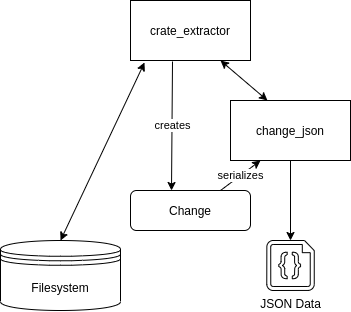
use-ink/ink-playground keeps this draw.io diagram as architecture2.png. Above is the earlier version. Source tidied: cells renumbered, new cells last; positions are measured from the earlier drawing's top-left corner, leaving out a move shared by most shapes.
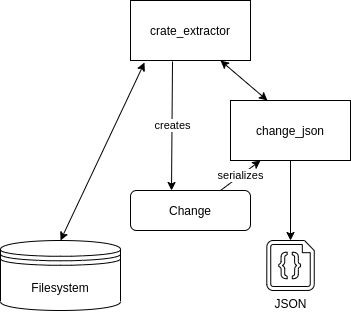
Later version of the same file.

Change to the diagram source:
```diff
@@ -17,7 +17,7 @@
     <mxCell id="6" style="endArrow=classic;startArrow=classic;html=1;exitX=0.5;exitY=0;exitDx=0;exitDy=0;entryX=0.117;entryY=1.033;entryDx=0;entryDy=0;entryPerimeter=0;" parent="1" edge="1" source="4" target="3">
       <mxGeometry relative="1" as="geometry" />
     </mxCell>
-    <mxCell id="7" value="JSON Data" style="verticalLabelPosition=bottom;html=1;verticalAlign=top;align=center;shape=mxgraph.azure.code_file;" parent="1" vertex="1">
+    <mxCell id="7" value="JSON" style="verticalLabelPosition=bottom;html=1;verticalAlign=top;align=center;shape=mxgraph.azure.code_file;" parent="1" vertex="1">
       <mxGeometry x="266.2" y="240" width="47.5" height="50" as="geometry" />
     </mxCell>
     <mxCell id="8" value="serializes" style="endArrow=classic;html=1;exitX=0.75;exitY=0;exitDx=0;exitDy=0;entryX=0.25;entryY=1;entryDx=0;entryDy=0;" parent="1" edge="1" source="2" target="5">
```
